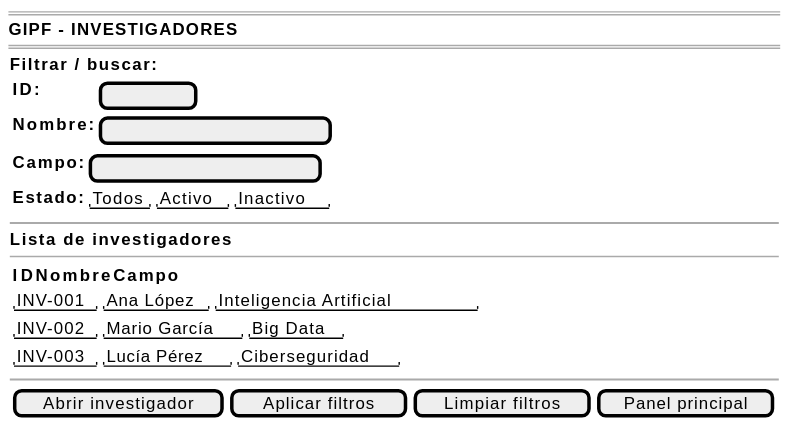
Before: images/RUP/00-casos-uso/02-detalle/investigador/abrirInvestigadores/abrirInvestigadores-wireframe.svg, a diagram exported from PlantUML (beatriizorozco/25-26-idsw2-sdVC).
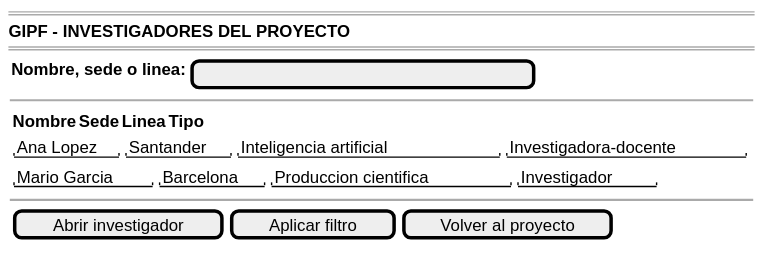
The same diagram one commit later.

Diff of the diagram source:
```diff
@@ -1,31 +1,18 @@
 @startsalt abrirInvestigadores-wireframe
 {
     ====
-    <b>GIPF - INVESTIGADORES</b>
+    <b>GIPF - INVESTIGADORES DEL PROYECTO</b>
     ====
     {
-        <b>Filtrar / buscar:</b>
+        {<b>Nombre, sede o linea:</b> | [                              ]}
+        ~~
         {
-            {<b>ID:</b> | [        ]
-             <b>Nombre:</b> | [                    ]}
-            {<b>Campo:</b> | [                    ]
-             <b>Estado:</b> | { "Todos" | "Activo" | "Inactivo" }}
+            {<b>Nombre</b> | <b>Sede</b> | <b>Linea</b> | <b>Tipo</b>}
+            {"Ana Lopez" | "Santander" | "Inteligencia artificial" | "Investigadora-docente"}
+            {"Mario Garcia" | "Barcelona" | "Produccion cientifica" | "Investigador"}
         }
-
         ~~
-
-        <b>Lista de investigadores</b>
-        --
-        {
-            {<b>ID</b> | <b>Nombre</b> | <b>Campo</b>}
-            {"INV-001" | "Ana López"   | "Inteligencia Artificial"}
-            {"INV-002" | "Mario García" | "Big Data"}
-            {"INV-003" | "Lucía Pérez" | "Ciberseguridad"}
-        }
-
-        ~~
-
-        {[Abrir investigador] |  [Aplicar filtros] | [Limpiar filtros] | [Panel principal]}
+        {[Abrir investigador] | [Aplicar filtro] | [Volver al proyecto]}
     }
 }
 @endsalt
```
